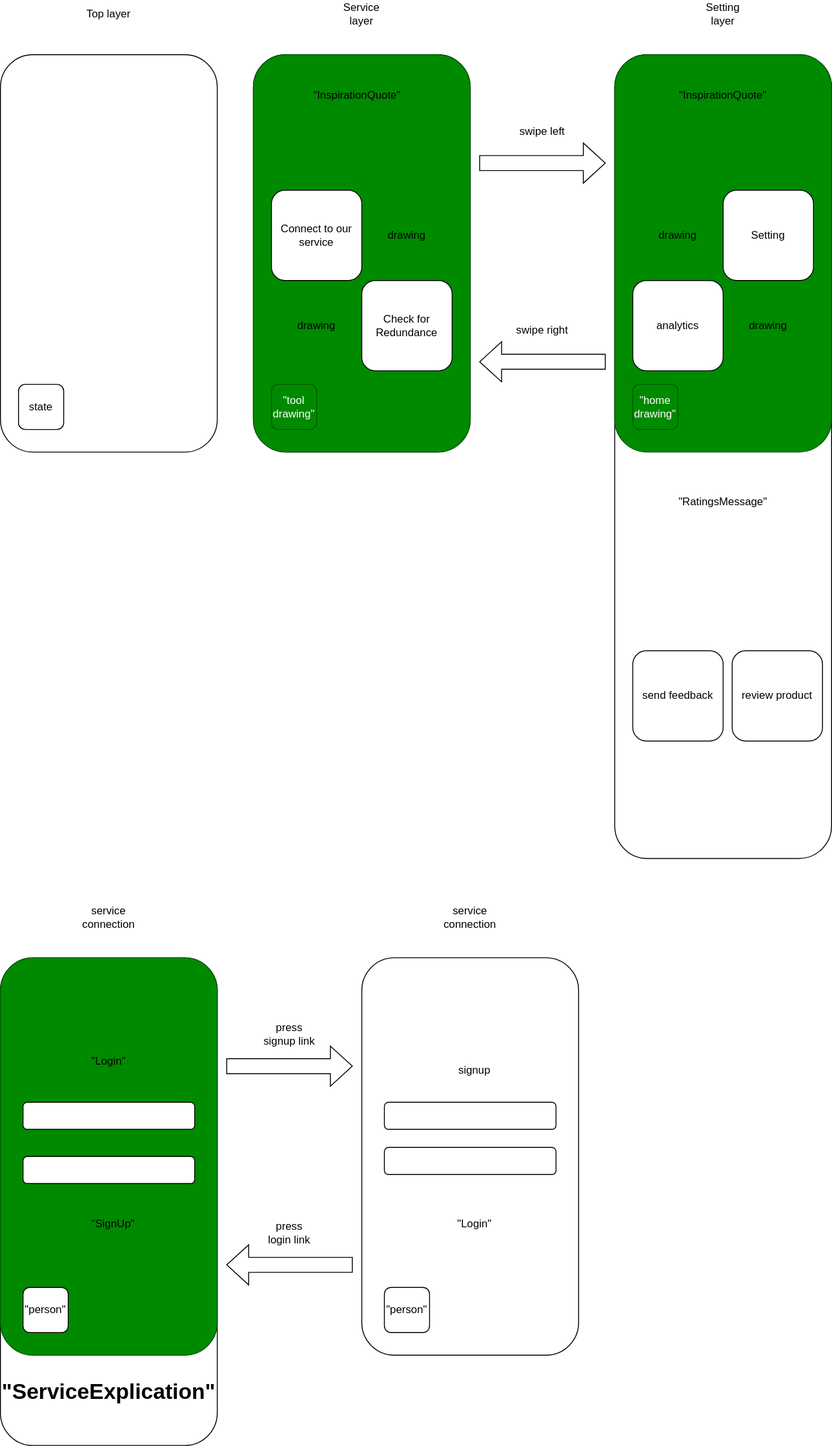
Before: RoughDraftFrontend.drawio.svg, a diagram exported from draw.io (MAUI-SI-IOS/Dupe). Source tidied: cells renumbered, new cells last; positions are measured from the earlier drawing's top-left corner, leaving out a move shared by most shapes.
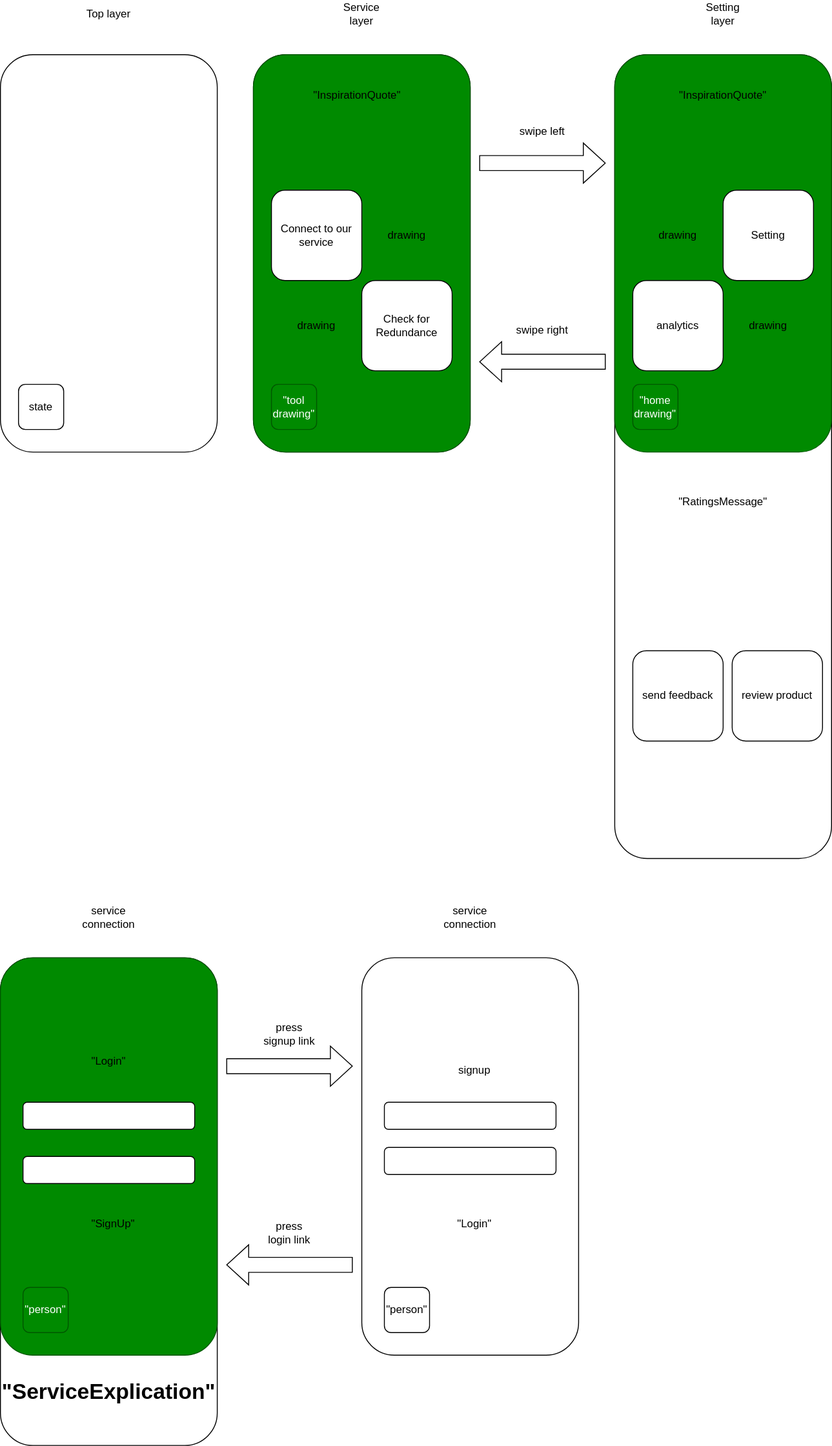
Later version of the same file.

Commit message:
Mettre à jour RoughDraftFrontend.drawio.svg

Diff of the diagram source:
```diff
@@ -95,7 +95,7 @@
     <mxCell id="30" style="rounded=1;whiteSpace=wrap;html=1;fillColor=#008a00;fontColor=#ffffff;strokeColor=#005700;" parent="1" vertex="1">
       <mxGeometry y="1060" width="240" height="440" as="geometry" />
     </mxCell>
-    <mxCell id="31" value="&quot;person&quot;" style="rounded=1;whiteSpace=wrap;html=1;" parent="1" vertex="1">
+    <mxCell id="31" value="&quot;person&quot;" style="rounded=1;whiteSpace=wrap;html=1;fillColor=#008a00;fontColor=#ffffff;strokeColor=light-dark(#005700,#FFFFFF);" parent="1" vertex="1">
       <mxGeometry x="25" y="1425" width="50" height="50" as="geometry" />
     </mxCell>
     <mxCell id="32" style="rounded=1;whiteSpace=wrap;html=1;" parent="1" vertex="1">
```
